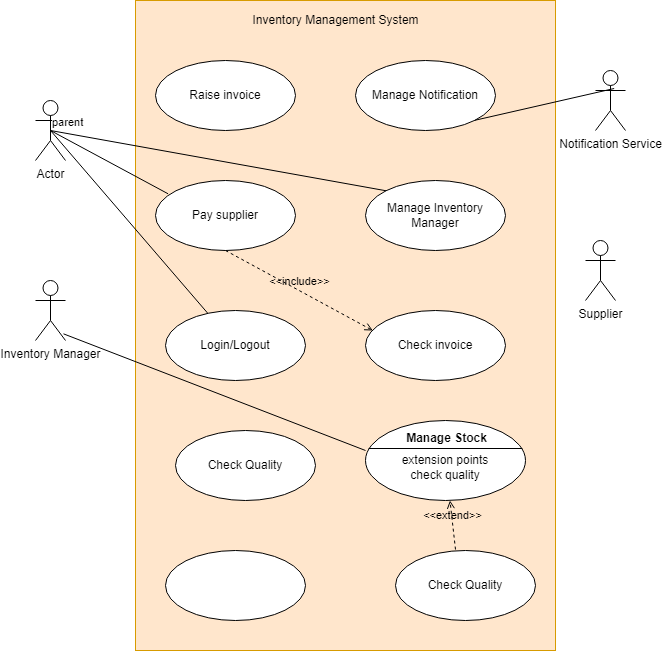
Before: InventoryManagementSystem4.drawio.png, a diagram exported from draw.io (hrk-berserker27/hrk-berserker27). Source tidied: cells renumbered, new cells last; positions are measured from the earlier drawing's top-left corner, leaving out a move shared by most shapes.
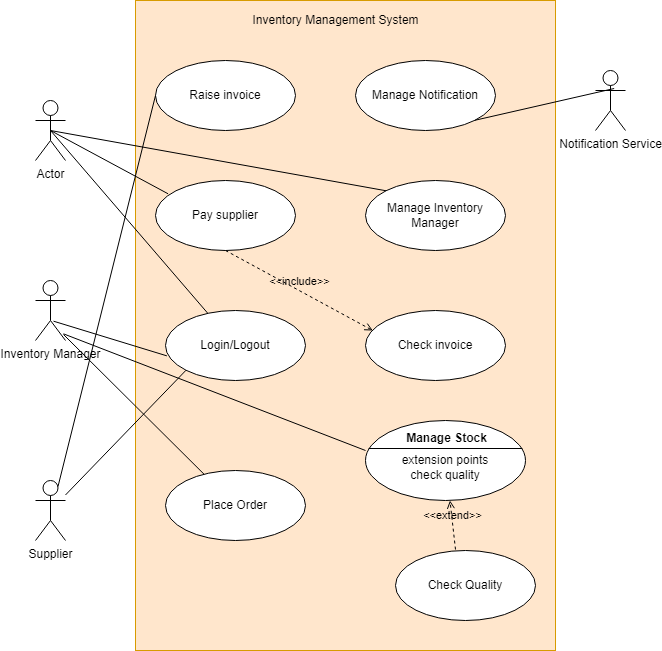
Later version of the same file.

Change to the diagram source:
```diff
@@ -12,7 +12,7 @@
       <mxGeometry y="280" width="30" height="60" as="geometry" />
     </mxCell>
     <mxCell id="5" value="Supplier" style="shape=umlActor;verticalLabelPosition=bottom;verticalAlign=top;html=1;" parent="1" vertex="1">
-      <mxGeometry x="550" y="240" width="30" height="60" as="geometry" />
+      <mxGeometry y="480" width="30" height="60" as="geometry" />
     </mxCell>
     <mxCell id="6" value="Pay supplier" style="ellipse;whiteSpace=wrap;html=1;" parent="1" vertex="1">
       <mxGeometry x="120" y="180" width="140" height="70" as="geometry" />
@@ -29,9 +29,6 @@
     <mxCell id="10" value="Check invoice" style="ellipse;whiteSpace=wrap;html=1;" parent="1" vertex="1">
       <mxGeometry x="330" y="310" width="140" height="70" as="geometry" />
     </mxCell>
-    <mxCell id="11" value="Check Quality" style="ellipse;whiteSpace=wrap;html=1;" parent="1" vertex="1">
-      <mxGeometry x="140" y="430" width="140" height="70" as="geometry" />
-    </mxCell>
     <mxCell id="12" value="Notification Service" style="shape=umlActor;verticalLabelPosition=bottom;verticalAlign=top;html=1;" parent="1" vertex="1">
       <mxGeometry x="560" y="70" width="30" height="60" as="geometry" />
     </mxCell>
@@ -47,14 +44,11 @@
     <mxCell id="16" style="endArrow=none;html=1;rounded=0;exitX=0.5;exitY=0.5;exitDx=0;exitDy=0;exitPerimeter=0;entryX=0;entryY=0;entryDx=0;entryDy=0;" parent="1" edge="1" source="3" target="8">
       <mxGeometry relative="1" as="geometry" />
     </mxCell>
-    <mxCell id="17" value="parent" style="edgeLabel;html=1;align=left;verticalAlign=bottom;" parent="16" vertex="1">
-      <mxGeometry x="-1" relative="1" as="geometry" />
-    </mxCell>
     <mxCell id="18" style="endArrow=none;html=1;rounded=0;entryX=0.622;entryY=0.3;entryDx=0;entryDy=0;entryPerimeter=0;exitX=1;exitY=1;exitDx=0;exitDy=0;" parent="1" edge="1" source="13" target="12">
       <mxGeometry relative="1" as="geometry" />
     </mxCell>
-    <mxCell id="19" style="ellipse;whiteSpace=wrap;html=1;" parent="1" vertex="1">
-      <mxGeometry x="130" y="550" width="140" height="70" as="geometry" />
+    <mxCell id="19" value="Place Order" style="ellipse;whiteSpace=wrap;html=1;" parent="1" vertex="1">
+      <mxGeometry x="130" y="470" width="140" height="70" as="geometry" />
     </mxCell>
     <mxCell id="20" value="Check Quality" style="ellipse;whiteSpace=wrap;html=1;" parent="1" vertex="1">
       <mxGeometry x="360" y="550" width="140" height="70" as="geometry" />
@@ -84,5 +78,17 @@
         <mxPoint x="330" y="450" as="targetPoint" />
       </mxGeometry>
     </mxCell>
+    <mxCell id="28" style="endArrow=none;html=1;rounded=0;exitX=0.933;exitY=0.9;exitDx=0;exitDy=0;exitPerimeter=0;" parent="1" edge="1" source="4" target="19">
+      <mxGeometry relative="1" as="geometry" />
+    </mxCell>
+    <mxCell id="29" style="endArrow=none;html=1;rounded=0;exitX=0.6;exitY=0.678;exitDx=0;exitDy=0;exitPerimeter=0;entryX=0.01;entryY=0.648;entryDx=0;entryDy=0;entryPerimeter=0;" parent="1" edge="1" source="4" target="9">
+      <mxGeometry relative="1" as="geometry" />
+    </mxCell>
+    <mxCell id="30" style="endArrow=none;html=1;rounded=0;exitX=0.75;exitY=0.1;exitDx=0;exitDy=0;exitPerimeter=0;entryX=0;entryY=0.5;entryDx=0;entryDy=0;" parent="1" edge="1" source="5" target="7">
+      <mxGeometry relative="1" as="geometry" />
+    </mxCell>
+    <mxCell id="31" style="endArrow=none;html=1;rounded=0;entryX=0;entryY=1;entryDx=0;entryDy=0;" parent="1" edge="1" source="5" target="9">
+      <mxGeometry relative="1" as="geometry" />
+    </mxCell>
   </root>
 </mxGraphModel>
```
